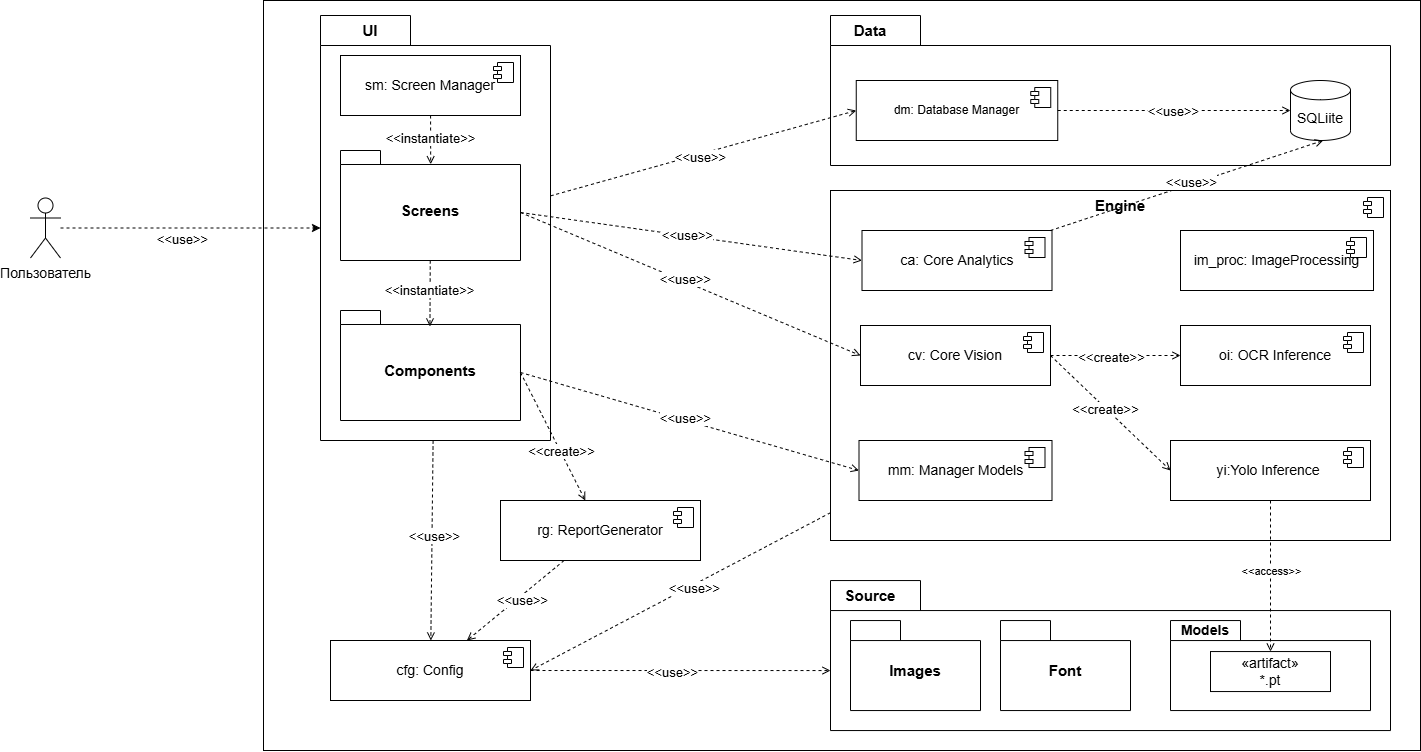
Above: Documentation/Diagrams/Components_diagram.png in GFooX9/CourseWork2026 (draw.io), before the change. Source tidied: cells renumbered, new cells last; positions are measured from the earlier drawing's top-left corner, leaving out a move shared by most shapes.
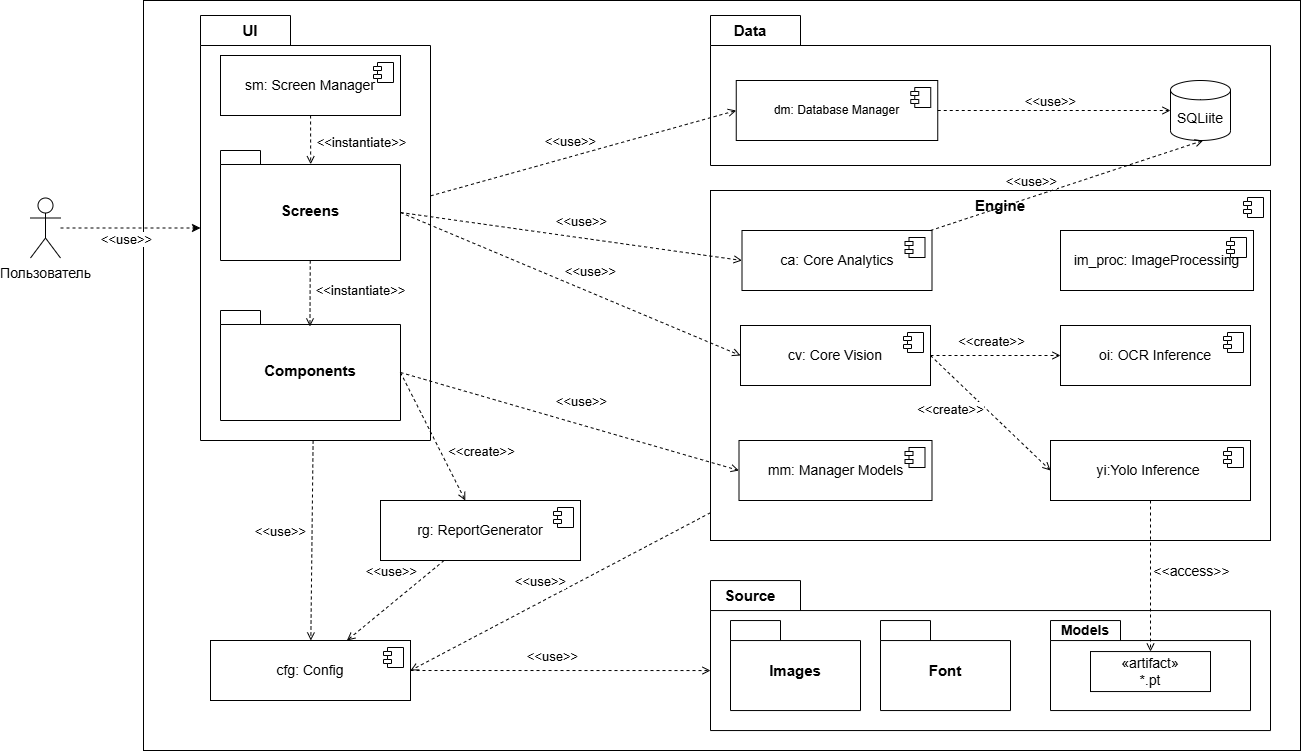
The same file after the commit.

The edit, as a diff of the source:
```diff
@@ -51,13 +51,17 @@
       <mxGeometry relative="1" as="geometry" />
     </mxCell>
     <mxCell id="16" value="&lt;font style=&quot;font-size: 13px;&quot;&gt;&amp;lt;&amp;lt;instantiate&amp;gt;&amp;gt;&lt;/font&gt;" style="edgeLabel;html=1;align=center;verticalAlign=middle;" parent="15" vertex="1">
-      <mxGeometry x="-0.11" y="-1" relative="1" as="geometry" />
+      <mxGeometry x="-0.11" y="-1" relative="1" as="geometry">
+        <mxPoint x="51" y="4" as="offset" />
+      </mxGeometry>
     </mxCell>
     <mxCell id="17" style="rounded=0;jettySize=auto;html=1;dashed=1;endArrow=open;endFill=0;entryX=0.497;entryY=0.145;entryDx=0;entryDy=0;entryPerimeter=0;" parent="1" edge="1" source="13" target="14">
       <mxGeometry relative="1" as="geometry" />
     </mxCell>
     <mxCell id="18" value="&lt;font style=&quot;font-size: 13px;&quot;&gt;&amp;lt;&amp;lt;instantiate&amp;gt;&amp;gt;&lt;/font&gt;" style="edgeLabel;html=1;align=center;verticalAlign=middle;" parent="17" vertex="1">
-      <mxGeometry x="-0.11" y="-1" relative="1" as="geometry" />
+      <mxGeometry x="-0.11" y="-1" relative="1" as="geometry">
+        <mxPoint x="51" as="offset" />
+      </mxGeometry>
     </mxCell>
     <mxCell id="19" value="&lt;font style=&quot;font-size: 15px;&quot;&gt;Images&lt;/font&gt;" style="shape=folder;fontStyle=1;spacingTop=10;tabWidth=50;tabHeight=20;tabPosition=left;html=1;whiteSpace=wrap;" parent="1" vertex="1">
       <mxGeometry x="820" y="620" width="130" height="90" as="geometry" />
@@ -121,29 +125,33 @@
       <mxGeometry relative="1" as="geometry" />
     </mxCell>
     <mxCell id="36" value="&lt;font style=&quot;font-size: 13px;&quot;&gt;&amp;lt;&amp;lt;create&amp;gt;&amp;gt;&lt;/font&gt;" style="edgeLabel;html=1;align=center;verticalAlign=middle;" parent="35" vertex="1">
-      <mxGeometry x="-0.07" y="-1" relative="1" as="geometry" />
+      <mxGeometry x="-0.07" y="-1" relative="1" as="geometry">
+        <mxPoint y="-16" as="offset" />
+      </mxGeometry>
     </mxCell>
     <mxCell id="37" style="rounded=0;jettySize=auto;html=1;dashed=1;endArrow=open;endFill=0;entryX=0;entryY=0.5;entryDx=0;entryDy=0;exitX=0;exitY=0;exitDx=180;exitDy=62;exitPerimeter=0;" parent="1" edge="1" source="13" target="29">
       <mxGeometry relative="1" as="geometry" />
     </mxCell>
     <mxCell id="38" value="&lt;font style=&quot;font-size: 13px;&quot;&gt;&amp;lt;&amp;lt;use&amp;gt;&amp;gt;&lt;/font&gt;" style="edgeLabel;html=1;align=center;verticalAlign=middle;" parent="37" vertex="1">
       <mxGeometry x="-0.07" y="-1" relative="1" as="geometry">
-        <mxPoint x="8" y="-1" as="offset" />
+        <mxPoint x="33" y="-9" as="offset" />
       </mxGeometry>
     </mxCell>
     <mxCell id="39" style="rounded=0;jettySize=auto;html=1;dashed=1;endArrow=open;endFill=0;" parent="1" edge="1" source="27" target="23">
       <mxGeometry relative="1" as="geometry" />
     </mxCell>
-    <mxCell id="40" value="&amp;lt;&amp;lt;access&amp;gt;&amp;gt;" style="edgeLabel;html=1;align=center;verticalAlign=middle;" parent="39" vertex="1">
+    <mxCell id="40" value="&lt;font style=&quot;font-size: 14px;&quot;&gt;&amp;lt;&amp;lt;access&amp;gt;&amp;gt;&lt;/font&gt;" style="edgeLabel;html=1;align=center;verticalAlign=middle;" parent="39" vertex="1">
       <mxGeometry x="-0.07" y="-1" relative="1" as="geometry">
-        <mxPoint x="1" y="1" as="offset" />
+        <mxPoint x="41" y="1" as="offset" />
       </mxGeometry>
     </mxCell>
     <mxCell id="41" style="rounded=0;jettySize=auto;html=1;dashed=1;endArrow=open;endFill=0;entryX=0;entryY=0.5;entryDx=0;entryDy=0;exitX=1;exitY=0.5;exitDx=0;exitDy=0;" parent="1" edge="1" source="29" target="27">
       <mxGeometry relative="1" as="geometry" />
     </mxCell>
     <mxCell id="42" value="&lt;font style=&quot;font-size: 13px;&quot;&gt;&amp;lt;&amp;lt;create&amp;gt;&amp;gt;&lt;/font&gt;" style="edgeLabel;html=1;align=center;verticalAlign=middle;" parent="41" vertex="1">
-      <mxGeometry x="-0.07" y="-1" relative="1" as="geometry" />
+      <mxGeometry x="-0.07" y="-1" relative="1" as="geometry">
+        <mxPoint x="-35" as="offset" />
+      </mxGeometry>
     </mxCell>
     <mxCell id="43" value="&lt;font style=&quot;font-size: 14px;&quot;&gt;rg: ReportGenerator&lt;/font&gt;" style="html=1;whiteSpace=wrap;" parent="1" vertex="1">
       <mxGeometry x="470" y="500" width="200" height="60" as="geometry" />
@@ -166,7 +174,7 @@
     </mxCell>
     <mxCell id="48" value="&lt;font style=&quot;font-size: 13px;&quot;&gt;&amp;lt;&amp;lt;use&amp;gt;&amp;gt;&lt;/font&gt;" style="edgeLabel;html=1;align=center;verticalAlign=middle;" parent="47" vertex="1">
       <mxGeometry x="-0.07" y="-1" relative="1" as="geometry">
-        <mxPoint x="8" y="-1" as="offset" />
+        <mxPoint x="22" y="-15" as="offset" />
       </mxGeometry>
     </mxCell>
     <mxCell id="49" style="rounded=0;jettySize=auto;html=1;dashed=1;exitX=0;exitY=0;exitDx=180;exitDy=62;exitPerimeter=0;endArrow=open;endFill=0;" parent="1" edge="1" source="14" target="43">
@@ -174,7 +182,7 @@
     </mxCell>
     <mxCell id="50" value="&lt;font style=&quot;font-size: 13px;&quot;&gt;&amp;lt;&amp;lt;create&amp;gt;&amp;gt;&lt;/font&gt;" style="edgeLabel;html=1;align=center;verticalAlign=middle;" parent="49" vertex="1">
       <mxGeometry x="-0.07" y="-1" relative="1" as="geometry">
-        <mxPoint x="11" y="19" as="offset" />
+        <mxPoint x="51" y="19" as="offset" />
       </mxGeometry>
     </mxCell>
     <mxCell id="51" value="dm: Database Manager" style="html=1;whiteSpace=wrap;" parent="1" vertex="1">
@@ -199,7 +207,7 @@
     </mxCell>
     <mxCell id="57" value="&lt;font style=&quot;font-size: 13px;&quot;&gt;&amp;lt;&amp;lt;use&amp;gt;&amp;gt;&lt;/font&gt;" style="edgeLabel;html=1;align=center;verticalAlign=middle;" parent="56" vertex="1">
       <mxGeometry x="-0.07" y="-1" relative="1" as="geometry">
-        <mxPoint x="8" y="-1" as="offset" />
+        <mxPoint x="5" y="-11" as="offset" />
       </mxGeometry>
     </mxCell>
     <mxCell id="58" style="rounded=0;jettySize=auto;html=1;dashed=1;endArrow=open;endFill=0;exitX=0;exitY=0;exitDx=180;exitDy=62;exitPerimeter=0;entryX=0;entryY=0.5;entryDx=0;entryDy=0;" parent="1" edge="1" source="14" target="25">
@@ -207,7 +215,7 @@
     </mxCell>
     <mxCell id="59" value="&lt;font style=&quot;font-size: 13px;&quot;&gt;&amp;lt;&amp;lt;use&amp;gt;&amp;gt;&lt;/font&gt;" style="edgeLabel;html=1;align=center;verticalAlign=middle;" parent="58" vertex="1">
       <mxGeometry x="-0.07" y="-1" relative="1" as="geometry">
-        <mxPoint x="8" y="-1" as="offset" />
+        <mxPoint x="24" y="-18" as="offset" />
       </mxGeometry>
     </mxCell>
     <mxCell id="60" style="rounded=0;orthogonalLoop=1;jettySize=auto;html=1;dashed=1;endArrow=open;endFill=0;entryX=0.5;entryY=1;entryDx=0;entryDy=0;entryPerimeter=0;" parent="1" edge="1">
@@ -218,7 +226,7 @@
     </mxCell>
     <mxCell id="61" value="&lt;font style=&quot;font-size: 13px;&quot;&gt;&amp;lt;&amp;lt;use&amp;gt;&amp;gt;&lt;/font&gt;" style="edgeLabel;html=1;align=center;verticalAlign=middle;" parent="60" vertex="1">
       <mxGeometry x="-0.07" y="-1" relative="1" as="geometry">
-        <mxPoint x="14" y="-8" as="offset" />
+        <mxPoint x="-26" y="-9" as="offset" />
       </mxGeometry>
     </mxCell>
     <mxCell id="62" style="rounded=0;jettySize=auto;html=1;dashed=1;endArrow=open;endFill=0;" parent="1" edge="1" source="3" target="7">
@@ -226,7 +234,7 @@
     </mxCell>
     <mxCell id="63" value="&lt;font style=&quot;font-size: 13px;&quot;&gt;&amp;lt;&amp;lt;use&amp;gt;&amp;gt;&lt;/font&gt;" style="edgeLabel;html=1;align=center;verticalAlign=middle;" parent="62" vertex="1">
       <mxGeometry x="-0.07" y="-1" relative="1" as="geometry">
-        <mxPoint x="3" y="3" as="offset" />
+        <mxPoint x="-31" y="-2" as="offset" />
       </mxGeometry>
     </mxCell>
     <mxCell id="64" style="rounded=0;jettySize=auto;html=1;dashed=1;entryX=1;entryY=0.5;entryDx=0;entryDy=0;endArrow=open;endFill=0;" parent="1" edge="1" source="9" target="7">
@@ -234,7 +242,7 @@
     </mxCell>
     <mxCell id="65" value="&lt;font style=&quot;font-size: 13px;&quot;&gt;&amp;lt;&amp;lt;use&amp;gt;&amp;gt;&lt;/font&gt;" style="edgeLabel;html=1;align=center;verticalAlign=middle;" parent="64" vertex="1">
       <mxGeometry x="-0.07" y="-1" relative="1" as="geometry">
-        <mxPoint x="3" y="3" as="offset" />
+        <mxPoint x="-31" y="-4" as="offset" />
       </mxGeometry>
     </mxCell>
     <mxCell id="66" style="rounded=0;jettySize=auto;html=1;dashed=1;endArrow=open;endFill=0;entryX=0;entryY=0;entryDx=0;entryDy=90;entryPerimeter=0;" parent="1" edge="1" source="7" target="5">
@@ -242,7 +250,7 @@
     </mxCell>
     <mxCell id="67" value="&lt;font style=&quot;font-size: 13px;&quot;&gt;&amp;lt;&amp;lt;use&amp;gt;&amp;gt;&lt;/font&gt;" style="edgeLabel;html=1;align=center;verticalAlign=middle;" parent="66" vertex="1">
       <mxGeometry x="-0.07" y="-1" relative="1" as="geometry">
-        <mxPoint x="3" as="offset" />
+        <mxPoint x="3" y="-16" as="offset" />
       </mxGeometry>
     </mxCell>
     <mxCell id="68" style="rounded=0;jettySize=auto;html=1;dashed=1;endArrow=open;endFill=0;" parent="1" edge="1" source="43" target="7">
@@ -250,11 +258,11 @@
     </mxCell>
     <mxCell id="69" value="&lt;font style=&quot;font-size: 13px;&quot;&gt;&amp;lt;&amp;lt;use&amp;gt;&amp;gt;&lt;/font&gt;" style="edgeLabel;html=1;align=center;verticalAlign=middle;" parent="68" vertex="1">
       <mxGeometry x="-0.07" y="-1" relative="1" as="geometry">
-        <mxPoint x="3" y="3" as="offset" />
+        <mxPoint x="-8" y="-26" as="offset" />
       </mxGeometry>
     </mxCell>
     <mxCell id="70" value="&lt;font style=&quot;font-size: 14px;&quot;&gt;Пользователь&lt;/font&gt;" style="shape=umlActor;verticalLabelPosition=bottom;verticalAlign=top;html=1;" parent="1" vertex="1">
-      <mxGeometry y="197.5" width="30" height="60" as="geometry" />
+      <mxGeometry x="120" y="197.5" width="30" height="60" as="geometry" />
     </mxCell>
     <mxCell id="71" style="edgeStyle=orthogonalEdgeStyle;rounded=0;jettySize=auto;html=1;dashed=1;" parent="1" edge="1" source="70" target="3">
       <mxGeometry relative="1" as="geometry" />
@@ -269,7 +277,7 @@
     </mxCell>
     <mxCell id="74" value="&lt;font style=&quot;font-size: 13px;&quot;&gt;&amp;lt;&amp;lt;use&amp;gt;&amp;gt;&lt;/font&gt;" style="edgeLabel;html=1;align=center;verticalAlign=middle;" parent="73" vertex="1">
       <mxGeometry x="-0.07" y="-1" relative="1" as="geometry">
-        <mxPoint x="8" y="-1" as="offset" />
+        <mxPoint x="-2" y="-17" as="offset" />
       </mxGeometry>
     </mxCell>
   </root>
```
